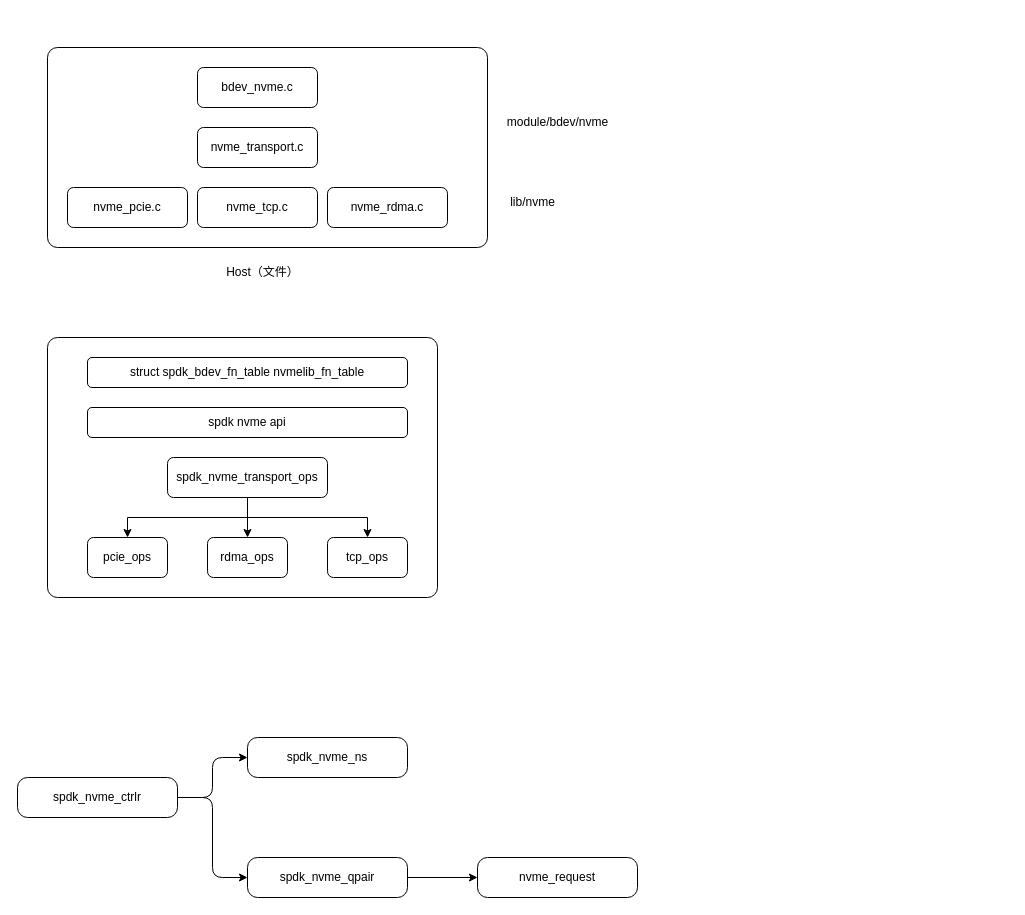
Before: page "nvme分层架构" (4 of 4) of spdk.drawio in Aspiresky/draw.io, a draw.io diagram. Source tidied: cells renumbered, new cells numbered last; positions are measured from the earlier drawing's top-left corner, leaving out a move shared by most shapes. Both pictures are drawn from the tidied source at 100%, with x=0, y=0 at pixel (17, 47).
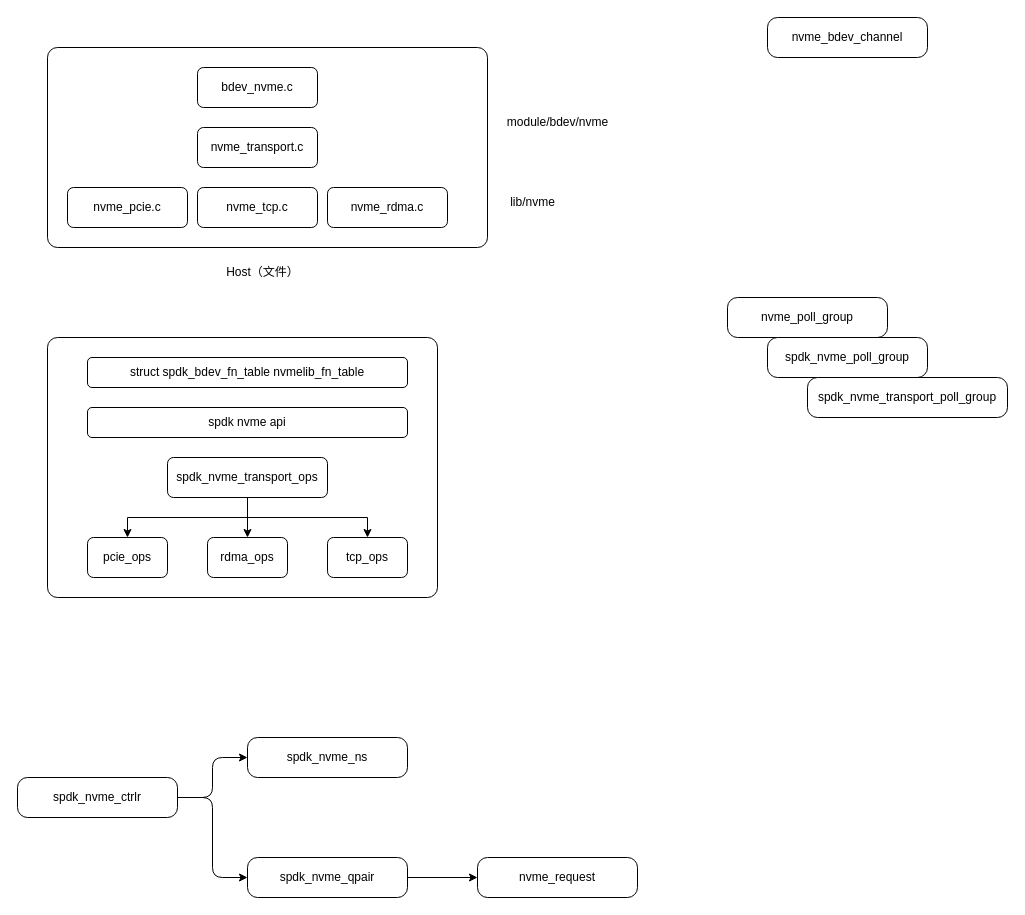
After the change.

Diff of the diagram source:
```diff
@@
+    <mxCell id="28" value="nvme_poll_group" style="rounded=1;whiteSpace=wrap;html=1;absoluteArcSize=1;" parent="1" vertex="1">
+      <mxGeometry x="710" y="250" width="160" height="40" as="geometry" />
+    </mxCell>
+    <mxCell id="29" value="nvme_bdev_channel" style="rounded=1;whiteSpace=wrap;html=1;absoluteArcSize=1;" parent="1" vertex="1">
+      <mxGeometry x="750" y="-30" width="160" height="40" as="geometry" />
+    </mxCell>
+    <mxCell id="30" value="spdk_nvme_poll_group" style="rounded=1;whiteSpace=wrap;html=1;absoluteArcSize=1;" parent="1" vertex="1">
+      <mxGeometry x="750" y="290" width="160" height="40" as="geometry" />
+    </mxCell>
+    <mxCell id="31" value="spdk_nvme_transport_poll_group" style="rounded=1;whiteSpace=wrap;html=1;absoluteArcSize=1;" parent="1" vertex="1">
+      <mxGeometry x="790" y="330" width="200" height="40" as="geometry" />
+    </mxCell>
```
